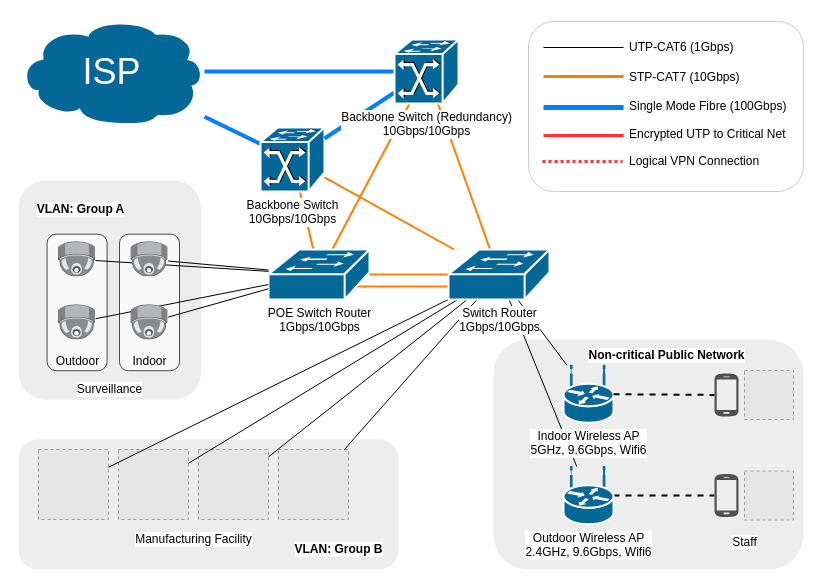
Earlier version of the draw.io diagram page "Plant and Foundry" (2 of 5) of Net_diagram/EE6223CA2.drawio (doem97/EE6223). Source tidied: cells renumbered, new cells numbered last; positions are measured from the earlier drawing's top-left corner, leaving out a move shared by most shapes. Both pictures are drawn from the tidied source at 100%, with x=0, y=0 at pixel (18, 18). Pictures stored in the file or linked from it are replaced by grey dashed boxes.
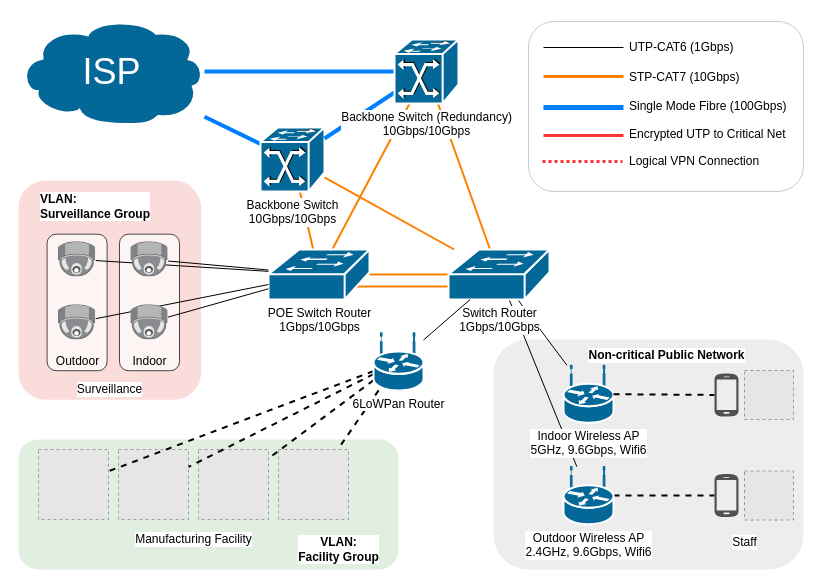
The same diagram, later.

Unchanged cells that the change refers to:
```xml
<mxCell id="7" style="group;" parent="1" vertex="1">
  <mxGeometry x="20" y="431" width="360" height="120" as="geometry" />
</mxCell>
<mxCell id="9" style="fillColor=#E6E6E6;strokeColor=#999999;dashed=1;html=1;verticalAlign=top;verticalLabelPosition=bottom;labelBackgroundColor=#ffffff;fontColor=#FFFFFF;" parent="7" vertex="1">
  <mxGeometry width="70" height="70" as="geometry" />
</mxCell>
<mxCell id="11" style="fillColor=#E6E6E6;strokeColor=#999999;dashed=1;html=1;verticalAlign=top;verticalLabelPosition=bottom;labelBackgroundColor=#ffffff;fontColor=#FFFFFF;" parent="7" vertex="1">
  <mxGeometry x="240" width="70" height="70" as="geometry" />
</mxCell>
<mxCell id="12" style="fillColor=#E6E6E6;strokeColor=#999999;dashed=1;html=1;verticalAlign=top;verticalLabelPosition=bottom;labelBackgroundColor=#ffffff;fontColor=#FFFFFF;" parent="7" vertex="1">
  <mxGeometry x="160" width="70" height="70" as="geometry" />
</mxCell>
<mxCell id="59" value="Switch Router&lt;br&gt;1Gbps/10Gbps" style="shape=mxgraph.cisco.switches.workgroup_switch;html=1;dashed=0;fillColor=#036897;strokeColor=#ffffff;strokeWidth=2;verticalLabelPosition=bottom;verticalAlign=top;align=center;outlineConnect=0;labelBackgroundColor=#ffffff;" parent="1" vertex="1">
  <mxGeometry x="430" y="231" width="101" height="50" as="geometry" />
</mxCell>
```

The edit, as a diff of the source:
```diff
@@
-    <mxCell id="3" style="rounded=1;whiteSpace=wrap;html=1;fontSize=12;fontColor=#000000;strokeColor=none;fillColor=#E6E6E6;opacity=70;" parent="1" vertex="1">
+    <mxCell id="3" style="rounded=1;whiteSpace=wrap;html=1;fontSize=12;fillColor=#f8cecc;opacity=70;strokeColor=none;" parent="1" vertex="1">
       <mxGeometry y="162" width="182.6" height="219.3" as="geometry" />
     </mxCell>
@@
-    <mxCell id="8" style="rounded=1;whiteSpace=wrap;html=1;labelBackgroundColor=#ffffff;fillColor=#E6E6E6;fontSize=12;fontColor=#000000;opacity=70;strokeColor=none;" parent="7" vertex="1">
+    <mxCell id="8" style="rounded=1;whiteSpace=wrap;html=1;labelBackgroundColor=#ffffff;fillColor=#d5e8d4;fontSize=12;opacity=70;strokeColor=none;" parent="7" vertex="1">
       <mxGeometry x="-20" y="-10" width="380" height="130" as="geometry" />
     </mxCell>
@@
-    <mxCell id="10" style="fillColor=#E6E6E6;strokeColor=#999999;dashed=1;html=1;verticalAlign=top;verticalLabelPosition=bottom;labelBackgroundColor=#ffffff;fontColor=#FFFFFF;" parent="7" vertex="1">
-      <mxGeometry x="80" width="70" height="70" as="geometry" />
-    </mxCell>
@@
-    <mxCell id="13" value="&lt;font style=&quot;background-color: rgb(255 , 255 , 255)&quot; size=&quot;1&quot;&gt;&lt;b style=&quot;font-size: 12px&quot;&gt;VLAN: Group B&lt;/b&gt;&lt;/font&gt;" style="text;html=1;align=center;verticalAlign=middle;fontSize=12;fontColor=#000000;labelBackgroundColor=#ffffff;" parent="7" vertex="1">
-      <mxGeometry x="250" y="90" width="100" height="20" as="geometry" />
+    <mxCell id="13" value="&lt;font style=&quot;background-color: rgb(255 , 255 , 255)&quot; size=&quot;1&quot;&gt;&lt;b style=&quot;font-size: 12px&quot;&gt;VLAN: &lt;br&gt;Facility Group&lt;br&gt;&lt;/b&gt;&lt;/font&gt;" style="text;html=1;align=center;verticalAlign=middle;fontSize=12;fontColor=#000000;labelBackgroundColor=#ffffff;" parent="7" vertex="1">
+      <mxGeometry x="250" y="80" width="100" height="40" as="geometry" />
     </mxCell>
@@
+    <mxCell id="10" style="fillColor=#E6E6E6;strokeColor=#999999;dashed=1;html=1;verticalAlign=top;verticalLabelPosition=bottom;labelBackgroundColor=#ffffff;fontColor=#FFFFFF;" parent="7" vertex="1">
+      <mxGeometry x="80" width="70" height="70" as="geometry" />
+    </mxCell>
@@
-    <mxCell id="39" style="edgeStyle=none;rounded=0;jettySize=auto;html=1;endArrow=none;endFill=0;fontSize=12;fontColor=#000000;" parent="1" edge="1" source="59" target="9">
-      <mxGeometry relative="1" as="geometry" />
-    </mxCell>
-    <mxCell id="40" style="edgeStyle=none;rounded=0;jettySize=auto;html=1;endArrow=none;endFill=0;fontSize=12;fontColor=#000000;" parent="1" edge="1" source="59" target="10">
-      <mxGeometry relative="1" as="geometry" />
-    </mxCell>
-    <mxCell id="41" style="edgeStyle=none;rounded=0;jettySize=auto;html=1;endArrow=none;endFill=0;fontSize=12;fontColor=#000000;" parent="1" edge="1" source="59" target="12">
-      <mxGeometry relative="1" as="geometry" />
-    </mxCell>
-    <mxCell id="42" style="edgeStyle=none;rounded=0;jettySize=auto;html=1;endArrow=none;endFill=0;fontSize=12;fontColor=#000000;" parent="1" edge="1" source="59" target="11">
-      <mxGeometry relative="1" as="geometry" />
-    </mxCell>
@@
-    <mxCell id="49" value="&lt;font style=&quot;background-color: rgb(255 , 255 , 255)&quot; size=&quot;1&quot;&gt;&lt;b style=&quot;font-size: 12px&quot;&gt;VLAN: Group A&lt;/b&gt;&lt;/font&gt;" style="text;html=1;align=center;verticalAlign=middle;fontSize=12;fontColor=#000000;labelBackgroundColor=#ffffff;" parent="1" vertex="1">
-      <mxGeometry x="12.4" y="180.7" width="100" height="20" as="geometry" />
+    <mxCell id="49" value="&lt;font style=&quot;background-color: rgb(255 , 255 , 255)&quot; size=&quot;1&quot;&gt;&lt;b style=&quot;font-size: 12px&quot;&gt;VLAN:&lt;br&gt;&lt;div&gt;&lt;b&gt;Surveillance Group&lt;/b&gt;&lt;/div&gt;&lt;/b&gt;&lt;/font&gt;" style="text;html=1;align=left;verticalAlign=middle;fontSize=12;fontColor=#000000;labelBackgroundColor=#ffffff;" parent="1" vertex="1">
+      <mxGeometry x="20" y="173" width="130" height="30" as="geometry" />
     </mxCell>
@@
+    <mxCell id="70" style="rounded=0;jettySize=auto;html=1;fontColor=#FF0000;endArrow=none;endFill=0;" parent="1" edge="1" source="75" target="59">
+      <mxGeometry relative="1" as="geometry" />
+    </mxCell>
+    <mxCell id="71" style="edgeStyle=none;rounded=0;jettySize=auto;html=1;endArrow=none;endFill=0;fontColor=#FF0000;dashed=1;strokeWidth=2;" parent="1" edge="1" source="75" target="9">
+      <mxGeometry relative="1" as="geometry" />
+    </mxCell>
+    <mxCell id="72" style="edgeStyle=none;rounded=0;jettySize=auto;html=1;endArrow=none;endFill=0;fontColor=#FF0000;dashed=1;strokeWidth=2;" parent="1" edge="1" source="75" target="10">
+      <mxGeometry relative="1" as="geometry" />
+    </mxCell>
+    <mxCell id="73" style="edgeStyle=none;rounded=0;jettySize=auto;html=1;endArrow=none;endFill=0;fontColor=#FF0000;dashed=1;strokeWidth=2;" parent="1" edge="1" source="75" target="12">
+      <mxGeometry relative="1" as="geometry" />
+    </mxCell>
+    <mxCell id="74" style="edgeStyle=none;rounded=0;jettySize=auto;html=1;endArrow=none;endFill=0;fontColor=#FF0000;dashed=1;strokeWidth=2;" parent="1" edge="1" source="75" target="11">
+      <mxGeometry relative="1" as="geometry" />
+    </mxCell>
+    <mxCell id="75" value="6LoWPan Router" style="shape=mxgraph.cisco.routers.wireless_router;html=1;dashed=0;fillColor=#036897;strokeColor=#ffffff;strokeWidth=2;verticalLabelPosition=bottom;verticalAlign=top;align=center;outlineConnect=0;labelBackgroundColor=#ffffff;fontSize=12;fontColor=#000000;" parent="1" vertex="1">
+      <mxGeometry x="355" y="314.4" width="50" height="57.5" as="geometry" />
+    </mxCell>
```
